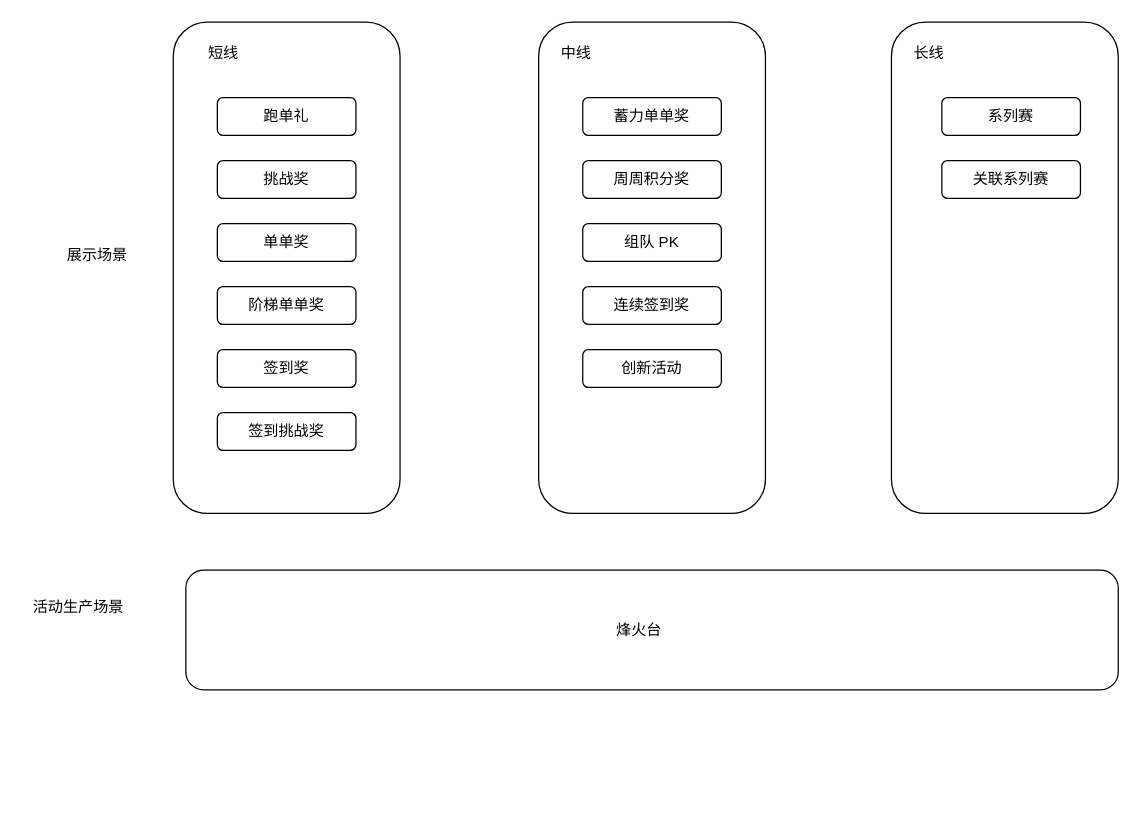
1587319019/1587319019.github.io keeps this draw.io diagram as 未命名绘图.drawio. Above is the earlier version. Source tidied: cells renumbered, new cells numbered last; positions are measured from the earlier drawing's top-left corner, leaving out a move shared by most shapes. Both pictures are drawn from the tidied source at 126%, with x=0, y=0 at pixel (21, 21).
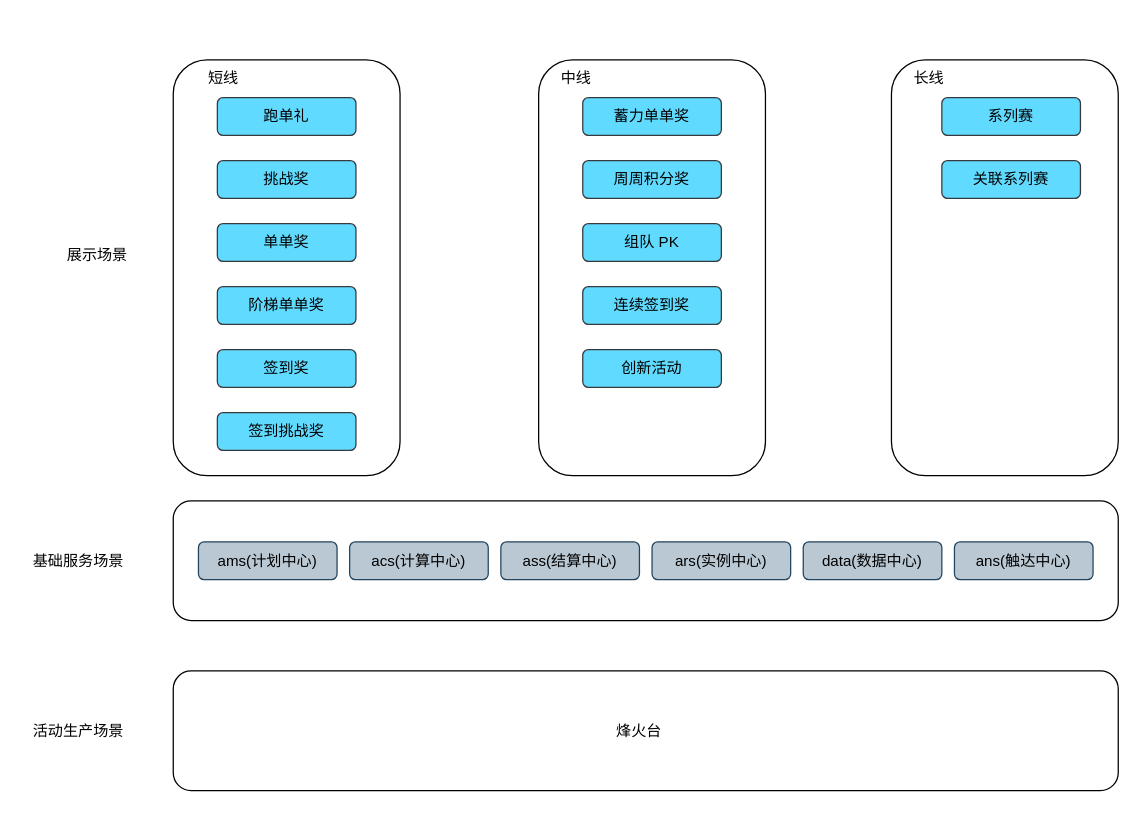
The same page after the edit.

Commit message:
更新未命名绘图.drawio

Change to the diagram source:
```diff
@@
     <mxCell id="2" style="rounded=1;whiteSpace=wrap;html=1;" parent="1" vertex="1">
-      <mxGeometry x="120" width="180" height="390" as="geometry" />
+      <mxGeometry x="120" y="30" width="180" height="330" as="geometry" />
     </mxCell>
     <mxCell id="3" style="rounded=1;whiteSpace=wrap;html=1;" parent="1" vertex="1">
-      <mxGeometry x="410" width="180" height="390" as="geometry" />
+      <mxGeometry x="410" y="30" width="180" height="330" as="geometry" />
     </mxCell>
     <mxCell id="4" style="rounded=1;whiteSpace=wrap;html=1;" parent="1" vertex="1">
-      <mxGeometry x="690" width="180" height="390" as="geometry" />
+      <mxGeometry x="690" y="30" width="180" height="330" as="geometry" />
     </mxCell>
     <mxCell id="5" value="短线" style="text;html=1;strokeColor=none;fillColor=none;align=center;verticalAlign=middle;whiteSpace=wrap;rounded=0;" parent="1" vertex="1">
-      <mxGeometry x="130" y="10" width="60" height="30" as="geometry" />
+      <mxGeometry x="130" y="30" width="60" height="30" as="geometry" />
     </mxCell>
     <mxCell id="6" value="中线" style="text;html=1;strokeColor=none;fillColor=none;align=center;verticalAlign=middle;whiteSpace=wrap;rounded=0;" parent="1" vertex="1">
-      <mxGeometry x="410" y="10" width="60" height="30" as="geometry" />
+      <mxGeometry x="410" y="30" width="60" height="30" as="geometry" />
     </mxCell>
     <mxCell id="7" value="长线" style="text;html=1;strokeColor=none;fillColor=none;align=center;verticalAlign=middle;whiteSpace=wrap;rounded=0;" parent="1" vertex="1">
-      <mxGeometry x="690" y="10" width="60" height="30" as="geometry" />
+      <mxGeometry x="690" y="30" width="60" height="30" as="geometry" />
     </mxCell>
@@
-    <mxCell id="9" value="活动生产场景" style="text;html=1;strokeColor=none;fillColor=none;align=center;verticalAlign=middle;whiteSpace=wrap;rounded=0;" parent="1" vertex="1">
-      <mxGeometry y="450" width="90" height="30" as="geometry" />
+    <mxCell id="9" value="基础服务场景" style="text;html=1;strokeColor=none;fillColor=none;align=center;verticalAlign=middle;whiteSpace=wrap;rounded=0;" parent="1" vertex="1">
+      <mxGeometry y="412.5" width="90" height="30" as="geometry" />
     </mxCell>
     <mxCell id="10" style="rounded=1;whiteSpace=wrap;html=1;" parent="1" vertex="1">
-      <mxGeometry x="130" y="435" width="740" height="95" as="geometry" />
+      <mxGeometry x="120" y="380" width="750" height="95" as="geometry" />
     </mxCell>
-    <mxCell id="11" value="烽火台" style="text;html=1;strokeColor=none;fillColor=none;align=center;verticalAlign=middle;whiteSpace=wrap;rounded=0;" parent="1" vertex="1">
-      <mxGeometry x="460" y="467.5" width="60" height="30" as="geometry" />
-    </mxCell>
-    <mxCell id="12" value="跑单礼" style="rounded=1;whiteSpace=wrap;html=1;" parent="1" vertex="1">
+    <mxCell id="12" value="跑单礼" style="rounded=1;whiteSpace=wrap;html=1;fillColor=#61DAFF;strokeColor=#36393d;" parent="1" vertex="1">
       <mxGeometry x="155" y="60" width="110" height="30" as="geometry" />
     </mxCell>
-    <mxCell id="13" value="挑战奖" style="rounded=1;whiteSpace=wrap;html=1;" parent="1" vertex="1">
+    <mxCell id="13" value="挑战奖" style="rounded=1;whiteSpace=wrap;html=1;fillColor=#61DAFF;strokeColor=#36393d;" parent="1" vertex="1">
       <mxGeometry x="155" y="110" width="110" height="30" as="geometry" />
     </mxCell>
-    <mxCell id="14" value="单单奖" style="rounded=1;whiteSpace=wrap;html=1;" parent="1" vertex="1">
+    <mxCell id="14" value="单单奖" style="rounded=1;whiteSpace=wrap;html=1;fillColor=#61DAFF;strokeColor=#36393d;" parent="1" vertex="1">
       <mxGeometry x="155" y="160" width="110" height="30" as="geometry" />
     </mxCell>
-    <mxCell id="15" value="阶梯单单奖" style="rounded=1;whiteSpace=wrap;html=1;" parent="1" vertex="1">
+    <mxCell id="15" value="阶梯单单奖" style="rounded=1;whiteSpace=wrap;html=1;fillColor=#61DAFF;strokeColor=#36393d;" parent="1" vertex="1">
       <mxGeometry x="155" y="210" width="110" height="30" as="geometry" />
     </mxCell>
-    <mxCell id="16" value="签到奖" style="rounded=1;whiteSpace=wrap;html=1;" parent="1" vertex="1">
+    <mxCell id="16" value="签到奖" style="rounded=1;whiteSpace=wrap;html=1;fillColor=#61DAFF;strokeColor=#36393d;" parent="1" vertex="1">
       <mxGeometry x="155" y="260" width="110" height="30" as="geometry" />
     </mxCell>
-    <mxCell id="17" value="签到挑战奖" style="rounded=1;whiteSpace=wrap;html=1;" parent="1" vertex="1">
+    <mxCell id="17" value="签到挑战奖" style="rounded=1;whiteSpace=wrap;html=1;fillColor=#61DAFF;strokeColor=#36393d;" parent="1" vertex="1">
       <mxGeometry x="155" y="310" width="110" height="30" as="geometry" />
     </mxCell>
-    <mxCell id="18" value="蓄力单单奖" style="rounded=1;whiteSpace=wrap;html=1;" parent="1" vertex="1">
+    <mxCell id="18" value="蓄力单单奖" style="rounded=1;whiteSpace=wrap;html=1;fillColor=#61DAFF;strokeColor=#36393d;" parent="1" vertex="1">
       <mxGeometry x="445" y="60" width="110" height="30" as="geometry" />
     </mxCell>
-    <mxCell id="19" value="周周积分奖" style="rounded=1;whiteSpace=wrap;html=1;" parent="1" vertex="1">
+    <mxCell id="19" value="周周积分奖" style="rounded=1;whiteSpace=wrap;html=1;fillColor=#61DAFF;strokeColor=#36393d;" parent="1" vertex="1">
       <mxGeometry x="445" y="110" width="110" height="30" as="geometry" />
     </mxCell>
-    <mxCell id="20" value="组队 PK" style="rounded=1;whiteSpace=wrap;html=1;" parent="1" vertex="1">
+    <mxCell id="20" value="组队 PK" style="rounded=1;whiteSpace=wrap;html=1;fillColor=#61DAFF;strokeColor=#36393d;" parent="1" vertex="1">
       <mxGeometry x="445" y="160" width="110" height="30" as="geometry" />
     </mxCell>
-    <mxCell id="21" value="连续签到奖" style="rounded=1;whiteSpace=wrap;html=1;" parent="1" vertex="1">
+    <mxCell id="21" value="连续签到奖" style="rounded=1;whiteSpace=wrap;html=1;fillColor=#61DAFF;strokeColor=#36393d;" parent="1" vertex="1">
       <mxGeometry x="445" y="210" width="110" height="30" as="geometry" />
     </mxCell>
-    <mxCell id="22" value="创新活动" style="rounded=1;whiteSpace=wrap;html=1;" parent="1" vertex="1">
+    <mxCell id="22" value="创新活动" style="rounded=1;whiteSpace=wrap;html=1;fillColor=#61DAFF;strokeColor=#36393d;" parent="1" vertex="1">
       <mxGeometry x="445" y="260" width="110" height="30" as="geometry" />
     </mxCell>
-    <mxCell id="23" value="系列赛" style="rounded=1;whiteSpace=wrap;html=1;" parent="1" vertex="1">
+    <mxCell id="23" value="系列赛" style="rounded=1;whiteSpace=wrap;html=1;fillColor=#61DAFF;strokeColor=#36393d;" parent="1" vertex="1">
       <mxGeometry x="730" y="60" width="110" height="30" as="geometry" />
     </mxCell>
-    <mxCell id="24" value="关联系列赛" style="rounded=1;whiteSpace=wrap;html=1;" parent="1" vertex="1">
+    <mxCell id="24" value="关联系列赛" style="rounded=1;whiteSpace=wrap;html=1;fillColor=#61DAFF;strokeColor=#36393d;" parent="1" vertex="1">
       <mxGeometry x="730" y="110" width="110" height="30" as="geometry" />
     </mxCell>
+    <mxCell id="25" value="活动生产场景" style="text;html=1;strokeColor=none;fillColor=none;align=center;verticalAlign=middle;whiteSpace=wrap;rounded=0;" parent="1" vertex="1">
+      <mxGeometry y="547.5" width="90" height="30" as="geometry" />
+    </mxCell>
+    <mxCell id="26" style="rounded=1;whiteSpace=wrap;html=1;" parent="1" vertex="1">
+      <mxGeometry x="120" y="515" width="750" height="95" as="geometry" />
+    </mxCell>
+    <mxCell id="11" value="烽火台" style="text;html=1;strokeColor=none;fillColor=none;align=center;verticalAlign=middle;whiteSpace=wrap;rounded=0;" parent="1" vertex="1">
+      <mxGeometry x="460" y="547.5" width="60" height="30" as="geometry" />
+    </mxCell>
+    <mxCell id="27" value="ams(计划中心)" style="rounded=1;whiteSpace=wrap;html=1;fillColor=#bac8d3;strokeColor=#23445d;" parent="1" vertex="1">
+      <mxGeometry x="140" y="412.5" width="110" height="30" as="geometry" />
+    </mxCell>
+    <mxCell id="28" value="acs(计算中心)" style="rounded=1;whiteSpace=wrap;html=1;fillColor=#bac8d3;strokeColor=#23445d;" parent="1" vertex="1">
+      <mxGeometry x="260" y="412.5" width="110" height="30" as="geometry" />
+    </mxCell>
+    <mxCell id="29" value="ass(结算中心)" style="rounded=1;whiteSpace=wrap;html=1;fillColor=#bac8d3;strokeColor=#23445d;" parent="1" vertex="1">
+      <mxGeometry x="380" y="412.5" width="110" height="30" as="geometry" />
+    </mxCell>
+    <mxCell id="30" value="ars(实例中心)" style="rounded=1;whiteSpace=wrap;html=1;fillColor=#bac8d3;strokeColor=#23445d;" parent="1" vertex="1">
+      <mxGeometry x="500" y="412.5" width="110" height="30" as="geometry" />
+    </mxCell>
+    <mxCell id="31" value="data(数据中心)" style="rounded=1;whiteSpace=wrap;html=1;fillColor=#bac8d3;strokeColor=#23445d;" parent="1" vertex="1">
+      <mxGeometry x="620" y="412.5" width="110" height="30" as="geometry" />
+    </mxCell>
+    <mxCell id="32" value="ans(触达中心)" style="rounded=1;whiteSpace=wrap;html=1;fillColor=#bac8d3;strokeColor=#23445d;" parent="1" vertex="1">
+      <mxGeometry x="740" y="412.5" width="110" height="30" as="geometry" />
+    </mxCell>
```
